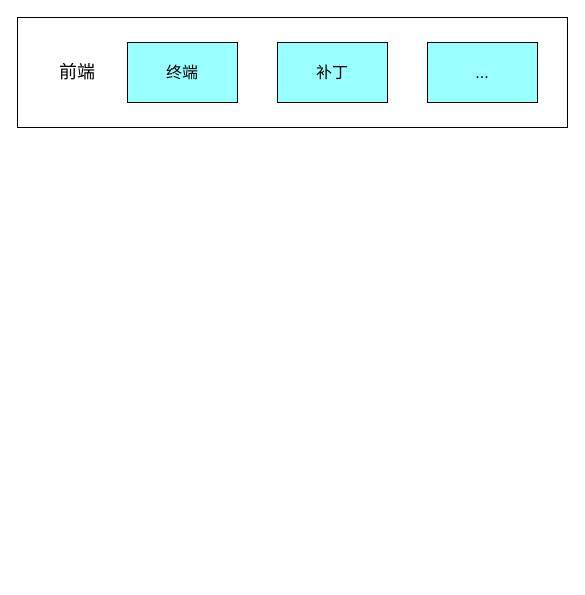
Before: 导出服务数据流程图.drawio in 15083787153/go-gRPC, a draw.io diagram. Source tidied: cells renumbered, new cells numbered last; positions are measured from the earlier drawing's top-left corner, leaving out a move shared by most shapes. Both pictures are drawn from the tidied source at 100%, with x=0, y=0 at pixel (17, 17).
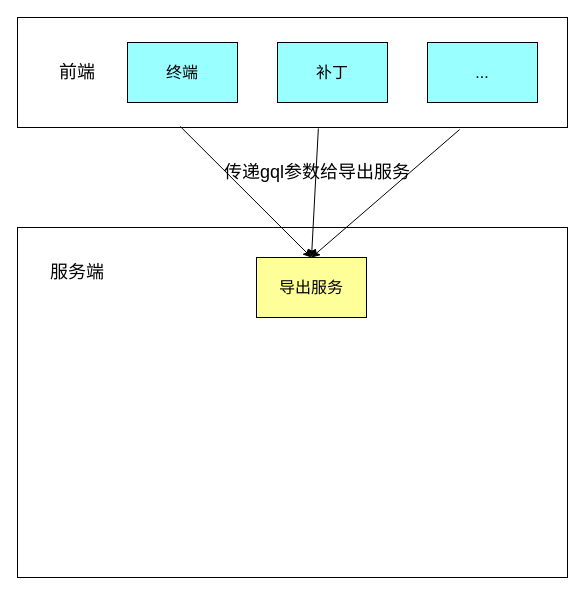
After the change.

Commit message (it also covers changes not shown here):
更新导出服务数据流程图.drawio

Change to the diagram source:
```diff
@@
 <mxGraphModel>
   <root>
     <mxCell id="0" />
     <mxCell id="1" parent="0" />
     <mxCell id="2" style="rounded=0;whiteSpace=wrap;html=1;" parent="1" vertex="1">
       <mxGeometry width="550" height="110" as="geometry" />
     </mxCell>
     <mxCell id="3" value="&lt;font style=&quot;font-size: 18px;&quot;&gt;前端&lt;/font&gt;" style="text;html=1;strokeColor=none;fillColor=none;align=center;verticalAlign=middle;whiteSpace=wrap;rounded=0;" parent="1" vertex="1">
       <mxGeometry x="30" y="40" width="60" height="30" as="geometry" />
     </mxCell>
     <mxCell id="4" value="&lt;font size=&quot;3&quot;&gt;终端&lt;/font&gt;" style="rounded=0;whiteSpace=wrap;html=1;fillColor=#99FFFF;" parent="1" vertex="1">
       <mxGeometry x="110" y="25" width="110" height="60" as="geometry" />
     </mxCell>
     <mxCell id="5" value="&lt;font size=&quot;3&quot;&gt;补丁&lt;/font&gt;" style="rounded=0;whiteSpace=wrap;html=1;fillColor=#99FFFF;" parent="1" vertex="1">
       <mxGeometry x="260" y="25" width="110" height="60" as="geometry" />
     </mxCell>
     <mxCell id="6" value="&lt;font size=&quot;3&quot;&gt;...&lt;/font&gt;" style="rounded=0;whiteSpace=wrap;html=1;fillColor=#99FFFF;" parent="1" vertex="1">
       <mxGeometry x="410" y="25" width="110" height="60" as="geometry" />
     </mxCell>
+    <mxCell id="7" style="rounded=0;whiteSpace=wrap;html=1;" parent="1" vertex="1">
+      <mxGeometry y="210" width="550" height="350" as="geometry" />
+    </mxCell>
+    <mxCell id="8" value="&lt;font size=&quot;3&quot;&gt;导出服务&lt;/font&gt;" style="rounded=0;whiteSpace=wrap;html=1;fillColor=#FFFF99;" parent="1" vertex="1">
+      <mxGeometry x="239" y="240" width="110" height="60" as="geometry" />
+    </mxCell>
+    <mxCell id="9" style="endArrow=classic;html=1;rounded=0;exitX=0.296;exitY=0.991;exitDx=0;exitDy=0;entryX=0.5;entryY=0;entryDx=0;entryDy=0;exitPerimeter=0;" parent="1" edge="1" source="2" target="8">
+      <mxGeometry relative="1" as="geometry" />
+    </mxCell>
+    <mxCell id="10" style="endArrow=classic;html=1;rounded=0;entryX=0.5;entryY=0;entryDx=0;entryDy=0;exitX=0.547;exitY=1.009;exitDx=0;exitDy=0;exitPerimeter=0;" parent="1" edge="1" source="2" target="8">
+      <mxGeometry relative="1" as="geometry" />
+    </mxCell>
+    <mxCell id="11" style="endArrow=classic;html=1;rounded=0;exitX=0.804;exitY=1.018;exitDx=0;exitDy=0;entryX=0.5;entryY=0;entryDx=0;entryDy=0;exitPerimeter=0;" parent="1" edge="1" source="2" target="8">
+      <mxGeometry relative="1" as="geometry" />
+    </mxCell>
+    <mxCell id="12" value="&lt;span style=&quot;font-size: 18px;&quot;&gt;传递gql参数给导出服务&lt;/span&gt;" style="text;html=1;strokeColor=none;fillColor=none;align=center;verticalAlign=middle;whiteSpace=wrap;rounded=0;" parent="1" vertex="1">
+      <mxGeometry x="190" y="140" width="220" height="30" as="geometry" />
+    </mxCell>
+    <mxCell id="13" value="&lt;font style=&quot;font-size: 18px;&quot;&gt;服务端&lt;/font&gt;" style="text;html=1;strokeColor=none;fillColor=none;align=center;verticalAlign=middle;whiteSpace=wrap;rounded=0;" parent="1" vertex="1">
+      <mxGeometry x="30" y="240" width="60" height="30" as="geometry" />
+    </mxCell>
   </root>
 </mxGraphModel>
```
